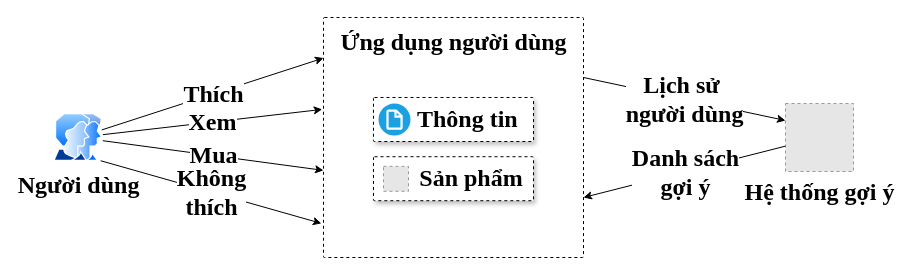
This is page "Page-30" (30 of 33) of full-chart.drawio from nlhtrung00/MidRS, a draw.io file, before an edit. Source tidied: cells renumbered, new cells numbered last; positions are measured from the earlier drawing's top-left corner, leaving out a move shared by most shapes. Both pictures are drawn from the tidied source at 100%, with x=0, y=0 at pixel (53, 17). Pictures stored in the file or linked from it are replaced by grey dashed boxes.
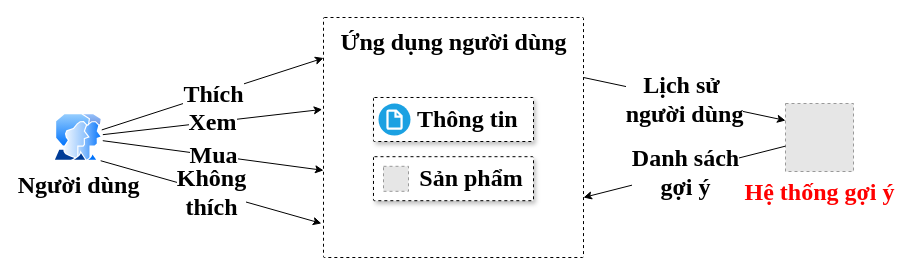
Above is the later version.

Change to the diagram source:
```diff
@@
-    <mxCell id="8" value="Hệ thống gợi ý" style="fillColor=#E6E6E6;strokeColor=#999999;dashed=1;html=1;verticalAlign=top;verticalLabelPosition=bottom;labelBackgroundColor=#ffffff;fontFamily=Times New Roman;fontColor=#000000;fontStyle=1;fontSize=24;" parent="1" vertex="1">
+    <mxCell id="8" value="&lt;font color=&quot;#ff0000&quot;&gt;Hệ thống gợi ý&lt;/font&gt;" style="fillColor=#E6E6E6;strokeColor=#999999;dashed=1;html=1;verticalAlign=top;verticalLabelPosition=bottom;labelBackgroundColor=#ffffff;fontFamily=Times New Roman;fontColor=#000000;fontStyle=1;fontSize=24;" parent="1" vertex="1">
       <mxGeometry x="732" y="86" width="68" height="68" as="geometry" />
     </mxCell>
```
